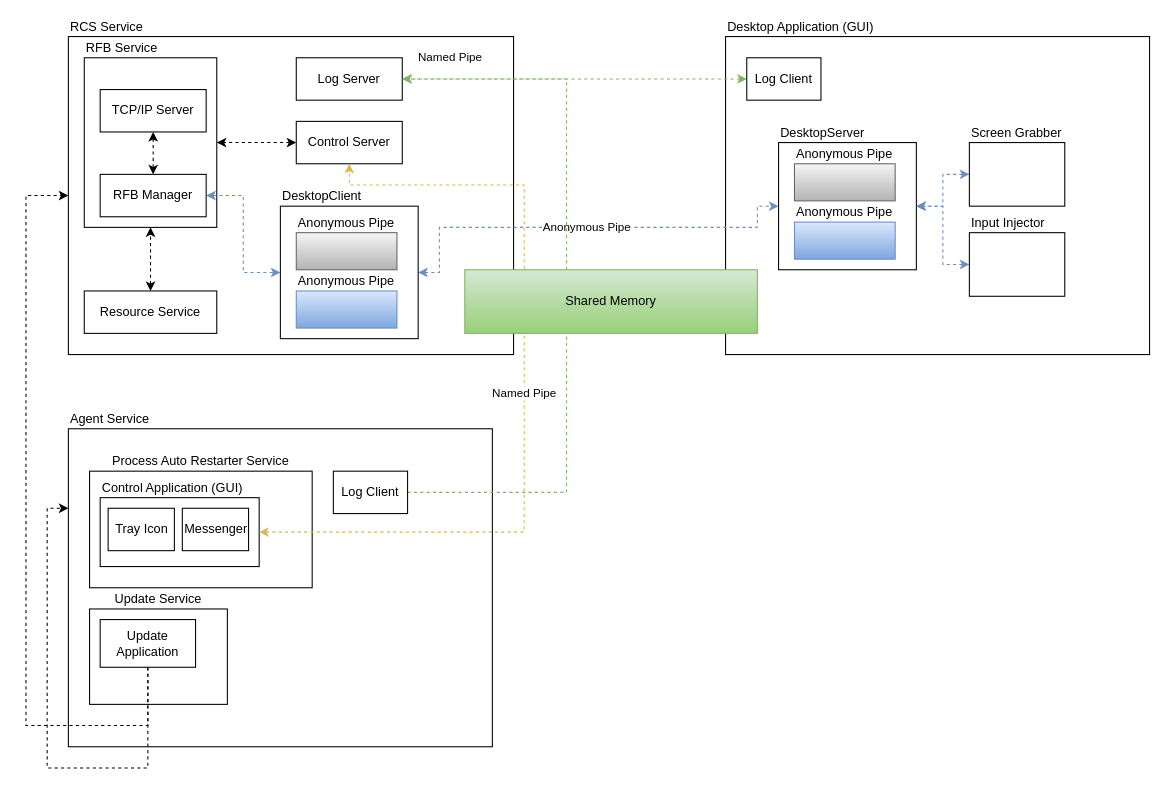
The draw.io diagram page "Application" (2 of 8) of UML/mirero/SwRcs/Arch.drawio in rhkdguskim/Study, before the edit. Source tidied: cells renumbered, new cells numbered last; positions are measured from the earlier drawing's top-left corner, leaving out a move shared by most shapes. Both pictures are drawn from the tidied source at 106%, with x=0, y=0 at pixel (25, 36).
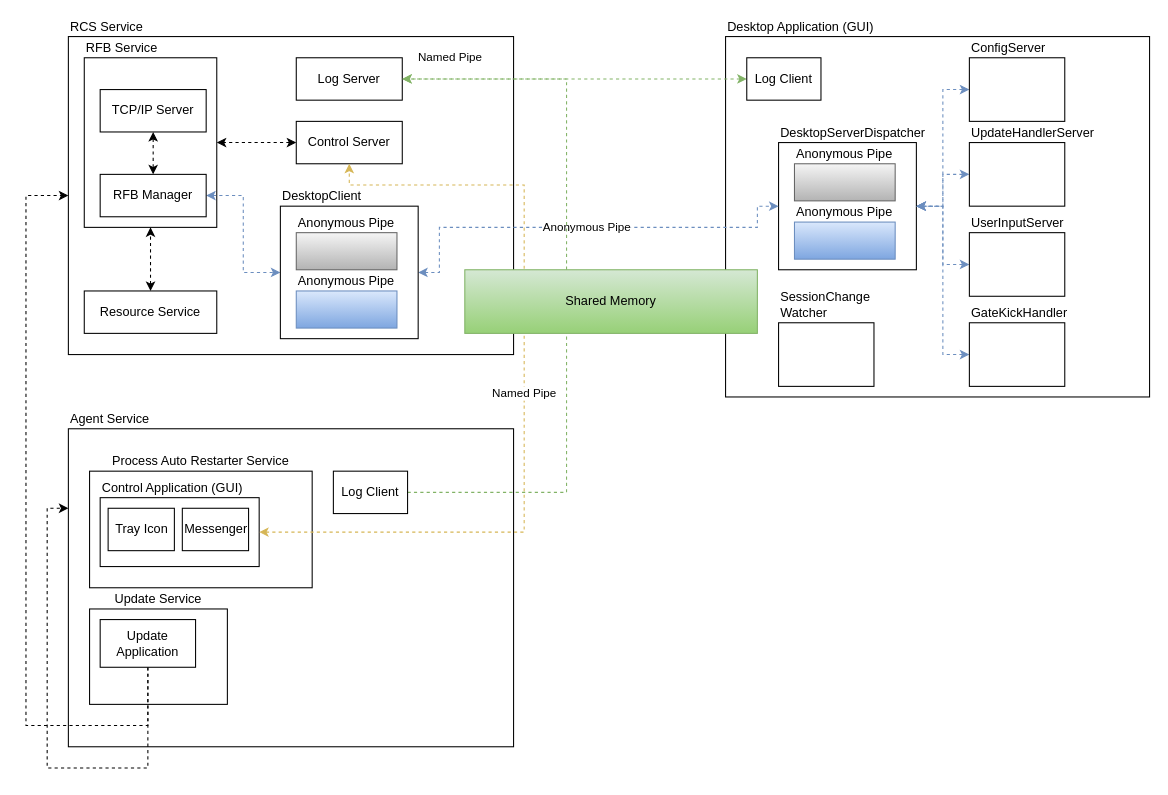
After the change.

What changed in the source:
```diff
@@
     <mxCell id="2" value="Desktop Application (GUI)" style="rounded=0;whiteSpace=wrap;html=1;labelPosition=center;verticalLabelPosition=top;align=left;verticalAlign=bottom;" parent="1" vertex="1">
-      <mxGeometry x="660" width="400" height="300" as="geometry" />
+      <mxGeometry x="660" width="400" height="340" as="geometry" />
     </mxCell>
-    <mxCell id="3" value="DesktopServer" style="rounded=0;whiteSpace=wrap;html=1;labelPosition=center;verticalLabelPosition=top;align=left;verticalAlign=bottom;" parent="1" vertex="1">
+    <mxCell id="3" value="DesktopServerDispatcher" style="rounded=0;whiteSpace=wrap;html=1;labelPosition=center;verticalLabelPosition=top;align=left;verticalAlign=bottom;" parent="1" vertex="1">
       <mxGeometry x="710" y="100" width="130" height="120" as="geometry" />
     </mxCell>
@@
     <mxCell id="6" value="Agent Service" style="rounded=0;whiteSpace=wrap;html=1;labelPosition=center;verticalLabelPosition=top;align=left;verticalAlign=bottom;" parent="1" vertex="1">
-      <mxGeometry x="40" y="370" width="400" height="300" as="geometry" />
+      <mxGeometry x="40" y="370" width="420" height="300" as="geometry" />
     </mxCell>
@@
-    <mxCell id="37" value="Screen Grabber" style="rounded=0;whiteSpace=wrap;html=1;labelPosition=center;verticalLabelPosition=top;align=left;verticalAlign=bottom;" parent="1" vertex="1">
+    <mxCell id="37" value="UpdateHandlerServer" style="rounded=0;whiteSpace=wrap;html=1;labelPosition=center;verticalLabelPosition=top;align=left;verticalAlign=bottom;" parent="1" vertex="1">
       <mxGeometry x="890" y="100" width="90" height="60" as="geometry" />
     </mxCell>
@@
-    <mxCell id="39" value="Input Injector" style="rounded=0;whiteSpace=wrap;html=1;labelPosition=center;verticalLabelPosition=top;align=left;verticalAlign=bottom;" parent="1" vertex="1">
+    <mxCell id="39" value="UserInputServer" style="rounded=0;whiteSpace=wrap;html=1;labelPosition=center;verticalLabelPosition=top;align=left;verticalAlign=bottom;" parent="1" vertex="1">
       <mxGeometry x="890" y="185" width="90" height="60" as="geometry" />
     </mxCell>
+    <mxCell id="40" style="edgeStyle=orthogonalEdgeStyle;rounded=0;jettySize=auto;html=1;entryX=1;entryY=0.5;entryDx=0;entryDy=0;dashed=1;fillColor=#dae8fc;strokeColor=#6c8ebf;startArrow=classic;startFill=1;" parent="1" edge="1" source="41" target="3">
+      <mxGeometry relative="1" as="geometry" />
+    </mxCell>
+    <mxCell id="41" value="ConfigServer" style="rounded=0;whiteSpace=wrap;html=1;labelPosition=center;verticalLabelPosition=top;align=left;verticalAlign=bottom;" parent="1" vertex="1">
+      <mxGeometry x="890" y="20" width="90" height="60" as="geometry" />
+    </mxCell>
+    <mxCell id="42" style="edgeStyle=orthogonalEdgeStyle;rounded=0;jettySize=auto;html=1;entryX=1;entryY=0.5;entryDx=0;entryDy=0;dashed=1;fillColor=#dae8fc;strokeColor=#6c8ebf;startArrow=classic;startFill=1;" parent="1" edge="1" source="43" target="3">
+      <mxGeometry relative="1" as="geometry" />
+    </mxCell>
+    <mxCell id="43" value="GateKickHandler" style="rounded=0;whiteSpace=wrap;html=1;labelPosition=center;verticalLabelPosition=top;align=left;verticalAlign=bottom;" parent="1" vertex="1">
+      <mxGeometry x="890" y="270" width="90" height="60" as="geometry" />
+    </mxCell>
+    <mxCell id="44" value="SessionChange Watcher" style="rounded=0;whiteSpace=wrap;html=1;labelPosition=center;verticalLabelPosition=top;align=left;verticalAlign=bottom;" parent="1" vertex="1">
+      <mxGeometry x="710" y="270" width="90" height="60" as="geometry" />
+    </mxCell>
```
